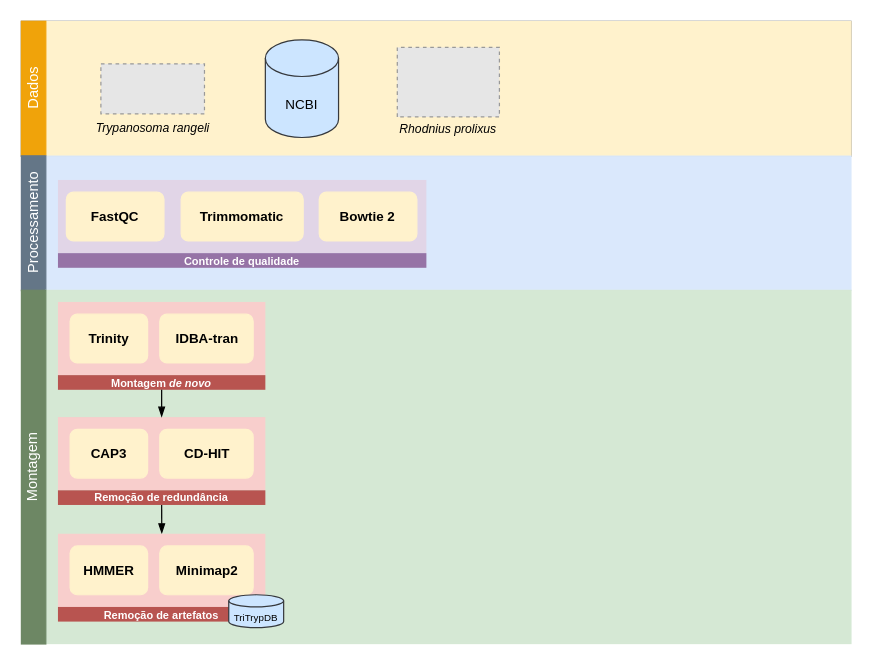
The draw.io diagram page "Alterado" (2 of 2) of ufsc/ppgbtc-doutorado/workflow_rnaseq_trangeli.drawio in ekazuo/draw-io, before the edit. Source tidied: cells renumbered, new cells numbered last; positions are measured from the earlier drawing's top-left corner, leaving out a move shared by most shapes. Both pictures are drawn from the tidied source at 122%, with x=0, y=0 at pixel (-144, 21). Pictures stored in the file or linked from it are replaced by grey dashed boxes.
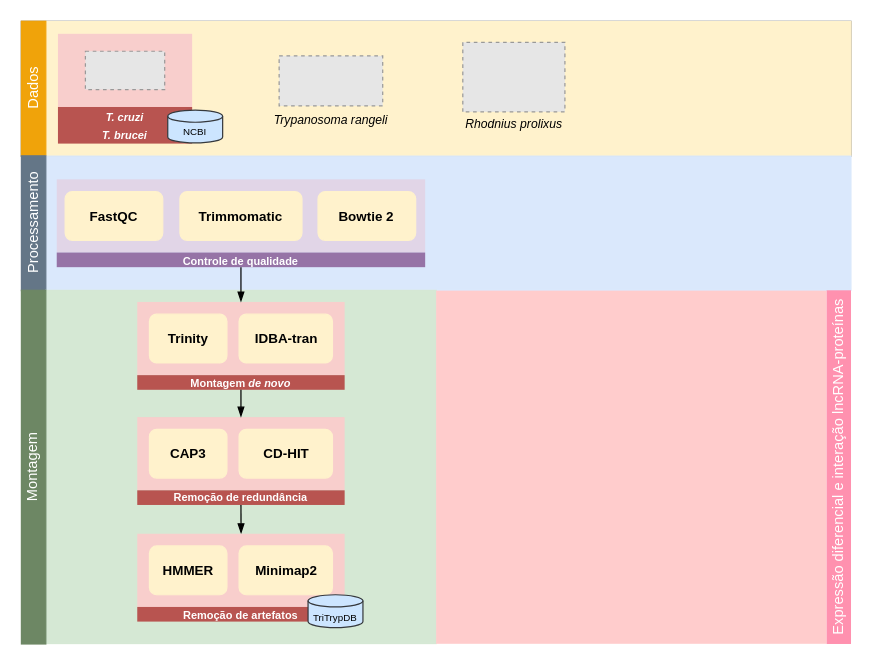
After the change.

Unchanged cells that the change refers to:
```xml
<mxCell id="19" value="&lt;font style=&quot;font-size: 9px;&quot; color=&quot;#ffffff&quot;&gt;&lt;b&gt;&lt;font style=&quot;font-size: 9px;&quot;&gt;Controle de qualidade&lt;/font&gt;&lt;/b&gt;&lt;/font&gt;" style="rounded=0;whiteSpace=wrap;html=1;arcSize=5;fontStyle=1;fillColor=#9673A6;strokeColor=none;" parent="14" vertex="1">
  <mxGeometry y="60" width="302" height="12" as="geometry" />
</mxCell>
<mxCell id="21" style="rounded=0;whiteSpace=wrap;html=1;arcSize=5;fontStyle=1;fillColor=#F8CECC;strokeColor=none;" parent="20" vertex="1">
  <mxGeometry width="170" height="60" as="geometry" />
</mxCell>
<mxCell id="22" value="&lt;font style=&quot;font-size: 9px;&quot; color=&quot;#ffffff&quot;&gt;&lt;b&gt;&lt;font style=&quot;font-size: 9px;&quot;&gt;Montagem &lt;i&gt;de novo&lt;br&gt;&lt;/i&gt;&lt;/font&gt;&lt;/b&gt;&lt;/font&gt;" style="rounded=0;whiteSpace=wrap;html=1;arcSize=5;fontStyle=1;fillColor=#B85450;strokeColor=none;" parent="20" vertex="1">
  <mxGeometry y="60" width="170" height="12" as="geometry" />
</mxCell>
<mxCell id="26" style="rounded=0;whiteSpace=wrap;html=1;arcSize=5;fontStyle=1;fillColor=#F8CECC;strokeColor=none;" parent="25" vertex="1">
  <mxGeometry width="170" height="60" as="geometry" />
</mxCell>
```

Change to the diagram source:
```diff
@@
-    <mxCell id="5" style="fillColor=#E6E6E6;strokeColor=#999999;dashed=1;verticalLabelPosition=bottom;labelBackgroundColor=default;verticalAlign=top;" parent="1" vertex="1">
-      <mxGeometry x="200.2" y="34.8" width="84.9" height="41" as="geometry" />
-    </mxCell>
-    <mxCell id="6" value="&lt;font style=&quot;font-size: 11px;&quot;&gt;NCBI&lt;/font&gt;" style="shape=cylinder3;whiteSpace=wrap;html=1;boundedLbl=1;backgroundOutline=1;size=15;fillColor=#cce5ff;strokeColor=#36393d;" parent="1" vertex="1">
-      <mxGeometry x="335" y="15.2" width="60" height="80" as="geometry" />
-    </mxCell>
@@
-    <mxCell id="9" style="fillColor=#E6E6E6;strokeColor=#999999;dashed=1;verticalLabelPosition=bottom;labelBackgroundColor=default;verticalAlign=top;rotation=-90;" parent="1" vertex="1">
-      <mxGeometry x="456.5" y="8" width="57" height="83.7" as="geometry" />
-    </mxCell>
-    <mxCell id="10" value="&lt;div style=&quot;font-size: 10px;&quot;&gt;&lt;font style=&quot;font-size: 10px;&quot;&gt;&lt;i&gt;Trypanosoma rangeli&lt;br&gt;&lt;/i&gt;&lt;/font&gt;&lt;/div&gt;" style="text;html=1;strokeColor=none;fillColor=none;align=center;verticalAlign=middle;whiteSpace=wrap;rounded=0;" parent="1" vertex="1">
-      <mxGeometry x="189" y="77.6" width="107.5" height="19.5" as="geometry" />
-    </mxCell>
-    <mxCell id="11" value="&lt;div style=&quot;font-size: 10px;&quot;&gt;&lt;font style=&quot;font-size: 10px;&quot;&gt;&lt;i&gt;Rhodnius prolixus&lt;br&gt;&lt;/i&gt;&lt;/font&gt;&lt;/div&gt;" style="text;html=1;strokeColor=none;fillColor=none;align=center;verticalAlign=middle;whiteSpace=wrap;rounded=0;" parent="1" vertex="1">
-      <mxGeometry x="431.3" y="78.6" width="107.5" height="19.5" as="geometry" />
-    </mxCell>
     <mxCell id="12" style="rounded=0;whiteSpace=wrap;html=1;align=center;fillColor=#D5E8D4;strokeColor=#D5E8D4;" parent="1" vertex="1">
-      <mxGeometry x="155" y="220.5" width="660" height="289.5" as="geometry" />
+      <mxGeometry x="155" y="220.5" width="320" height="289.5" as="geometry" />
     </mxCell>
@@
     <mxCell id="14" style="group;" parent="1" vertex="1">
-      <mxGeometry x="165" y="130" width="302" height="72" as="geometry" />
+      <mxGeometry x="164" y="129.5" width="302" height="72" as="geometry" />
     </mxCell>
@@
     <mxCell id="20" style="group;" parent="1" vertex="1">
-      <mxGeometry x="165" y="230" width="170" height="72" as="geometry" />
+      <mxGeometry x="230" y="230" width="170" height="72" as="geometry" />
     </mxCell>
@@
     <mxCell id="25" style="group;" parent="1" vertex="1">
-      <mxGeometry x="165" y="324.4" width="170" height="72" as="geometry" />
+      <mxGeometry x="230" y="324.4" width="170" height="72" as="geometry" />
     </mxCell>
@@
+    <mxCell id="36" style="edgeStyle=orthogonalEdgeStyle;rounded=0;jettySize=auto;html=1;exitX=0.5;exitY=1;exitDx=0;exitDy=0;entryX=0.5;entryY=0;entryDx=0;entryDy=0;endArrow=blockThin;endFill=1;" parent="1" edge="1" source="22" target="26">
+      <mxGeometry relative="1" as="geometry" />
+    </mxCell>
+    <mxCell id="38" style="rounded=0;whiteSpace=wrap;html=1;align=center;fillColor=#ffcccc;strokeColor=none;" parent="1" vertex="1">
+      <mxGeometry x="475" y="220.7" width="320" height="289.5" as="geometry" />
+    </mxCell>
+    <mxCell id="39" value="&lt;font color=&quot;#ffffff&quot;&gt;Expressão diferencial e interação lncRNA-proteínas&lt;br&gt;&lt;/font&gt;" style="text;html=1;strokeColor=none;fillColor=#ff91af;align=center;verticalAlign=middle;whiteSpace=wrap;rounded=0;rotation=-90;fontColor=#000000;" parent="1" vertex="1">
+      <mxGeometry x="660.1" y="355.4" width="289.9" height="20" as="geometry" />
+    </mxCell>
+    <mxCell id="40" style="group;" parent="1" vertex="1">
+      <mxGeometry x="230" y="420" width="185" height="77" as="geometry" />
+    </mxCell>
-    <mxCell id="31" style="group;" parent="1" vertex="1">
-      <mxGeometry x="165" y="420" width="170" height="72" as="geometry" />
+    <mxCell id="31" style="group;" parent="40" vertex="1">
+      <mxGeometry width="170" height="72" as="geometry" />
     </mxCell>
@@
-    <mxCell id="36" style="edgeStyle=orthogonalEdgeStyle;rounded=0;jettySize=auto;html=1;exitX=0.5;exitY=1;exitDx=0;exitDy=0;entryX=0.5;entryY=0;entryDx=0;entryDy=0;endArrow=blockThin;endFill=1;" parent="1" edge="1" source="22" target="26">
-      <mxGeometry relative="1" as="geometry" />
-    </mxCell>
-    <mxCell id="37" value="&lt;font style=&quot;font-size: 8px;&quot;&gt;TriTrypDB&lt;/font&gt;" style="shape=cylinder3;whiteSpace=wrap;html=1;boundedLbl=1;backgroundOutline=1;size=5;fontSize=10;fillColor=#cce5ff;strokeColor=#36393d;" parent="1" vertex="1">
-      <mxGeometry x="305" y="470" width="45" height="27" as="geometry" />
+    <mxCell id="37" value="&lt;font style=&quot;font-size: 8px;&quot;&gt;TriTrypDB&lt;/font&gt;" style="shape=cylinder3;whiteSpace=wrap;html=1;boundedLbl=1;backgroundOutline=1;size=5;fontSize=10;fillColor=#cce5ff;strokeColor=#36393d;" parent="40" vertex="1">
+      <mxGeometry x="140" y="50" width="45" height="27" as="geometry" />
     </mxCell>
+    <mxCell id="41" style="edgeStyle=orthogonalEdgeStyle;rounded=0;jettySize=auto;html=1;exitX=0.5;exitY=1;exitDx=0;exitDy=0;entryX=0.5;entryY=0;entryDx=0;entryDy=0;endArrow=blockThin;endFill=1;" parent="1" edge="1" source="19" target="21">
+      <mxGeometry relative="1" as="geometry" />
+    </mxCell>
+    <mxCell id="42" style="fillColor=#E6E6E6;strokeColor=#999999;dashed=1;verticalLabelPosition=bottom;labelBackgroundColor=default;verticalAlign=top;" parent="1" vertex="1">
+      <mxGeometry x="346.3" y="28.3" width="84.9" height="41" as="geometry" />
+    </mxCell>
+    <mxCell id="43" style="fillColor=#E6E6E6;strokeColor=#999999;dashed=1;verticalLabelPosition=bottom;labelBackgroundColor=default;verticalAlign=top;rotation=-90;" parent="1" vertex="1">
+      <mxGeometry x="510.2" y="3.8" width="57" height="83.7" as="geometry" />
+    </mxCell>
+    <mxCell id="10" value="&lt;div style=&quot;font-size: 10px;&quot;&gt;&lt;font style=&quot;font-size: 10px;&quot;&gt;&lt;i&gt;Trypanosoma rangeli&lt;br&gt;&lt;/i&gt;&lt;/font&gt;&lt;/div&gt;" style="text;html=1;strokeColor=none;fillColor=none;align=center;verticalAlign=middle;whiteSpace=wrap;rounded=0;" parent="1" vertex="1">
+      <mxGeometry x="335" y="71.2" width="107.5" height="19.5" as="geometry" />
+    </mxCell>
+    <mxCell id="11" value="&lt;div style=&quot;font-size: 10px;&quot;&gt;&lt;font style=&quot;font-size: 10px;&quot;&gt;&lt;i&gt;Rhodnius prolixus&lt;br&gt;&lt;/i&gt;&lt;/font&gt;&lt;/div&gt;" style="text;html=1;strokeColor=none;fillColor=none;align=center;verticalAlign=middle;whiteSpace=wrap;rounded=0;" parent="1" vertex="1">
+      <mxGeometry x="485" y="74.4" width="107.5" height="19.5" as="geometry" />
+    </mxCell>
+    <mxCell id="44" style="group;" parent="1" vertex="1">
+      <mxGeometry x="165" y="10.2" width="135" height="90" as="geometry" />
+    </mxCell>
+    <mxCell id="45" style="rounded=0;whiteSpace=wrap;html=1;arcSize=5;fontStyle=1;fillColor=#F8CECC;strokeColor=none;" parent="44" vertex="1">
+      <mxGeometry width="110" height="60" as="geometry" />
+    </mxCell>
+    <mxCell id="46" value="&lt;div&gt;&lt;font style=&quot;font-size: 9px;&quot; color=&quot;#ffffff&quot;&gt;&lt;i&gt;T. cruzi&lt;/i&gt;&lt;br&gt;&lt;/font&gt;&lt;/div&gt;&lt;div&gt;&lt;font style=&quot;font-size: 9px;&quot; color=&quot;#ffffff&quot;&gt;&lt;i&gt;T. brucei&lt;/i&gt;&lt;/font&gt;&lt;/div&gt;" style="rounded=0;whiteSpace=wrap;html=1;arcSize=5;fontStyle=1;fillColor=#B85450;strokeColor=none;" parent="44" vertex="1">
+      <mxGeometry y="60" width="110" height="30" as="geometry" />
+    </mxCell>
+    <mxCell id="47" style="fillColor=#E6E6E6;strokeColor=#999999;dashed=1;verticalLabelPosition=bottom;labelBackgroundColor=default;verticalAlign=top;" parent="44" vertex="1">
+      <mxGeometry x="22.5" y="14.3" width="65" height="31.4" as="geometry" />
+    </mxCell>
+    <mxCell id="6" value="&lt;font style=&quot;font-size: 8px;&quot;&gt;NCBI&lt;/font&gt;" style="shape=cylinder3;whiteSpace=wrap;html=1;boundedLbl=1;backgroundOutline=1;size=5;fontSize=10;fillColor=#cce5ff;strokeColor=#36393d;" parent="44" vertex="1">
+      <mxGeometry x="90" y="62.5" width="45" height="27" as="geometry" />
+    </mxCell>
```
